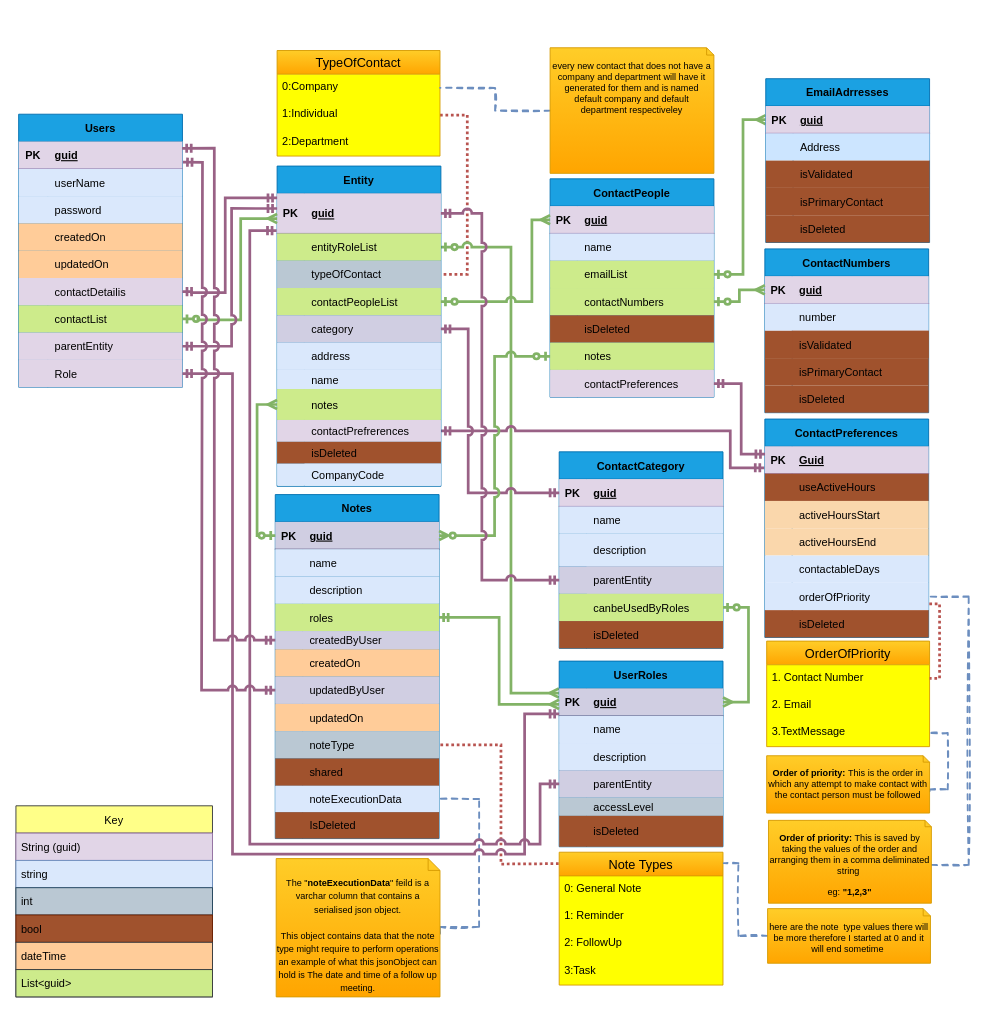
Above: page "Database Structure" (1 of 2) of Documentation/ContactKeeperDiagrams.drawio in bloodchild8906/ContactKeeper (draw.io), before the change. Source tidied: cells renumbered, new cells numbered last; positions are measured from the earlier drawing's top-left corner, leaving out a move shared by most shapes. Both pictures are drawn from the tidied source at 91%, with x=0, y=0 at pixel (15, 47).
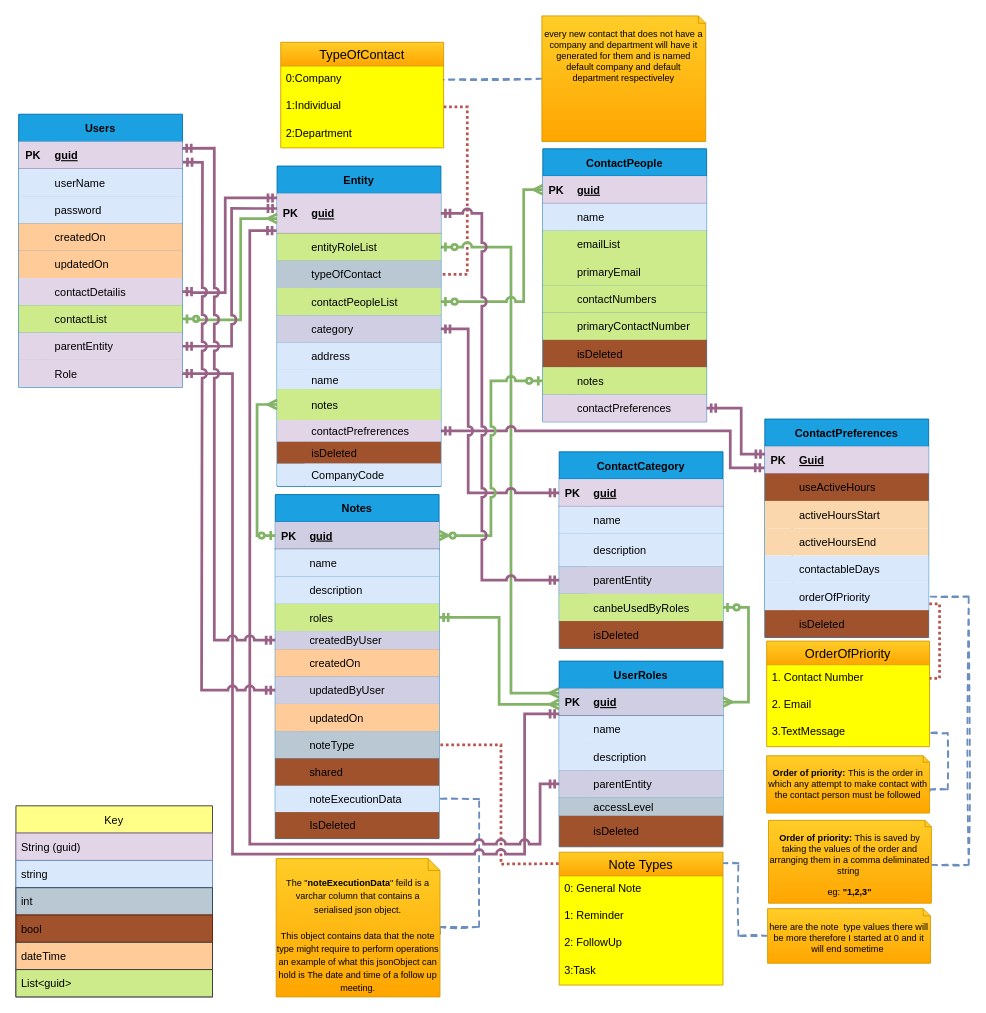
Above is the later version.

The change refers to these unchanged cells:
```xml
<mxCell id="42" style="shape=tableRow;horizontal=0;startSize=0;swimlaneHead=0;swimlaneBody=0;fillColor=#bac8d3;points=[[0,0.5],[1,0.5]];portConstraint=eastwest;top=0;left=0;right=0;bottom=0;strokeColor=#23445d;fontColor=#000000;" parent="35" vertex="1">
  <mxGeometry y="104" width="180" height="30" as="geometry" />
</mxCell>
<mxCell id="45" style="shape=tableRow;horizontal=0;startSize=0;swimlaneHead=0;swimlaneBody=0;fillColor=#cdeb8b;points=[[0,0.5],[1,0.5]];portConstraint=eastwest;top=0;left=0;right=0;bottom=0;strokeColor=#36393d;fontColor=#000000;" parent="35" vertex="1">
  <mxGeometry y="134" width="180" height="30" as="geometry" />
</mxCell>
<mxCell id="71" value="1:Individual" style="text;strokeColor=none;fillColor=none;spacingLeft=4;spacingRight=4;overflow=hidden;points=[[0,0.5],[1,0.5]];portConstraint=eastwest;fontSize=12;fontColor=#000000;" parent="69" vertex="1">
  <mxGeometry y="56" width="179" height="30" as="geometry" />
</mxCell>
<mxCell id="74" style="shape=tableRow;horizontal=0;startSize=0;swimlaneHead=0;swimlaneBody=0;fillColor=#e1d5e7;points=[[0,0.5],[1,0.5]];portConstraint=eastwest;top=0;left=0;right=0;bottom=1;strokeColor=#9673a6;fontColor=#000000;" parent="73" vertex="1">
  <mxGeometry y="30" width="180" height="30" as="geometry" />
</mxCell>
<mxCell id="80" style="shape=tableRow;horizontal=0;startSize=0;swimlaneHead=0;swimlaneBody=0;fillColor=#cdeb8b;points=[[0,0.5],[1,0.5]];portConstraint=eastwest;top=0;left=0;right=0;bottom=0;strokeColor=#36393d;fontColor=#000000;" parent="73" vertex="1">
  <mxGeometry y="90" width="180" height="30" as="geometry" />
</mxCell>
<mxCell id="181" style="shape=tableRow;horizontal=0;startSize=0;swimlaneHead=0;swimlaneBody=0;fillColor=#e1d5e7;points=[[0,0.5],[1,0.5]];portConstraint=eastwest;top=0;left=0;right=0;bottom=1;strokeColor=#9673a6;fontColor=#000000;" parent="180" vertex="1">
  <mxGeometry y="30" width="180" height="30" as="geometry" />
</mxCell>
```

What changed in the source:
```diff
@@
     <mxCell id="3" style="edgeStyle=orthogonalEdgeStyle;rounded=0;jettySize=auto;html=1;entryX=1;entryY=0.5;entryDx=0;entryDy=0;dashed=1;dashPattern=1 1;endArrow=none;endFill=0;strokeColor=#b85450;fillColor=#f8cecc;strokeWidth=3;exitX=1;exitY=0.5;exitDx=0;exitDy=0;fontColor=#000000;" parent="1" edge="1" source="71" target="42">
       <mxGeometry relative="1" as="geometry">
         <Array as="points">
-          <mxPoint x="496" y="74" />
+          <mxPoint x="496" y="65" />
           <mxPoint x="496" y="249" />
         </Array>
       </mxGeometry>
     </mxCell>
@@
     <mxCell id="69" value="TypeOfContact" style="swimlane;fontStyle=0;horizontal=1;startSize=26;align=center;fontSize=14;fillColor=#ffcd28;fontColor=#000000;strokeColor=#d79b00;swimlaneFillColor=#FFFF00;gradientColor=#ffa500;" parent="1" vertex="1">
-      <mxGeometry x="287" y="3" width="179" height="116" as="geometry" />
+      <mxGeometry x="291" y="-6" width="179" height="116" as="geometry" />
     </mxCell>
@@
     <mxCell id="73" value="ContactPeople" style="shape=table;startSize=30;childLayout=tableLayout;rowLines=1;fontStyle=1;align=center;fillColor=#1ba1e2;fontColor=#000000;strokeColor=#006EAF;swimlaneFillColor=default;" parent="1" vertex="1">
-      <mxGeometry x="587" y="144" width="180" height="240" as="geometry" />
+      <mxGeometry x="579" y="111" width="180" height="300" as="geometry" />
     </mxCell>
@@
+    <mxCell id="267" style="shape=tableRow;horizontal=0;startSize=0;swimlaneHead=0;swimlaneBody=0;fillColor=#cdeb8b;top=0;left=0;right=0;bottom=0;strokeColor=#36393d;fontColor=#000000;" parent="73" vertex="1">
+      <mxGeometry y="120" width="180" height="30" as="geometry" />
+    </mxCell>
+    <mxCell id="268" style="shape=partialRectangle;fillColor=none;top=0;left=0;bottom=0;right=0;overflow=hidden;fontColor=#000000;" parent="267" vertex="1">
+      <mxGeometry width="30" height="30" as="geometry" />
+    </mxCell>
+    <mxCell id="269" value="primaryEmail" style="shape=partialRectangle;fillColor=none;top=0;left=0;bottom=0;right=0;align=left;spacingLeft=6;overflow=hidden;fontColor=#000000;" parent="267" vertex="1">
+      <mxGeometry x="30" width="150" height="30" as="geometry" />
+    </mxCell>
     <mxCell id="83" style="shape=tableRow;horizontal=0;startSize=0;swimlaneHead=0;swimlaneBody=0;fillColor=#cdeb8b;points=[[0,0.5],[1,0.5]];portConstraint=eastwest;top=0;left=0;right=0;bottom=0;strokeColor=#36393d;fontColor=#000000;" parent="73" vertex="1">
-      <mxGeometry y="120" width="180" height="30" as="geometry" />
+      <mxGeometry y="150" width="180" height="30" as="geometry" />
     </mxCell>
@@
+    <mxCell id="270" style="shape=tableRow;horizontal=0;startSize=0;swimlaneHead=0;swimlaneBody=0;fillColor=#cdeb8b;top=0;left=0;right=0;bottom=0;strokeColor=#36393d;fontColor=#000000;" parent="73" vertex="1">
+      <mxGeometry y="180" width="180" height="30" as="geometry" />
+    </mxCell>
+    <mxCell id="271" style="shape=partialRectangle;fillColor=none;top=0;left=0;bottom=0;right=0;overflow=hidden;fontColor=#000000;" parent="270" vertex="1">
+      <mxGeometry width="30" height="30" as="geometry" />
+    </mxCell>
+    <mxCell id="272" value="primaryContactNumber" style="shape=partialRectangle;fillColor=none;top=0;left=0;bottom=0;right=0;align=left;spacingLeft=6;overflow=hidden;fontColor=#000000;" parent="270" vertex="1">
+      <mxGeometry x="30" width="150" height="30" as="geometry" />
+    </mxCell>
     <mxCell id="86" style="shape=tableRow;horizontal=0;startSize=0;swimlaneHead=0;swimlaneBody=0;fillColor=#a0522d;top=0;left=0;right=0;bottom=0;fontColor=#000000;strokeColor=#6D1F00;" parent="73" vertex="1">
-      <mxGeometry y="150" width="180" height="30" as="geometry" />
+      <mxGeometry y="210" width="180" height="30" as="geometry" />
     </mxCell>
@@
     <mxCell id="89" style="shape=tableRow;horizontal=0;startSize=0;swimlaneHead=0;swimlaneBody=0;fillColor=#cdeb8b;points=[[0,0.5],[1,0.5]];portConstraint=eastwest;top=0;left=0;right=0;bottom=0;strokeColor=#36393d;fontColor=#000000;" parent="73" vertex="1">
-      <mxGeometry y="180" width="180" height="30" as="geometry" />
+      <mxGeometry y="240" width="180" height="30" as="geometry" />
     </mxCell>
@@
     <mxCell id="92" style="shape=tableRow;horizontal=0;startSize=0;swimlaneHead=0;swimlaneBody=0;fillColor=#e1d5e7;points=[[0,0.5],[1,0.5]];portConstraint=eastwest;top=0;left=0;right=0;bottom=0;strokeColor=#9673a6;fontColor=#000000;" parent="73" vertex="1">
-      <mxGeometry y="210" width="180" height="30" as="geometry" />
+      <mxGeometry y="270" width="180" height="30" as="geometry" />
     </mxCell>
@@
     <mxCell id="116" style="edgeStyle=orthogonalEdgeStyle;rounded=0;jettySize=auto;html=1;exitX=1;exitY=0.5;exitDx=0;exitDy=0;entryX=0;entryY=0.5;entryDx=0;entryDy=0;endArrow=ERmany;endFill=0;jumpStyle=arc;startArrow=ERzeroToOne;startFill=0;strokeColor=#82b366;fillColor=#d5e8d4;gradientColor=#97d077;strokeWidth=3;fontColor=#000000;" parent="1" edge="1" source="45" target="74">
       <mxGeometry relative="1" as="geometry">
         <Array as="points">
-          <mxPoint x="567" y="279" />
-          <mxPoint x="567" y="189" />
+          <mxPoint x="558" y="279" />
+          <mxPoint x="558" y="156" />
         </Array>
       </mxGeometry>
     </mxCell>
@@
     <mxCell id="207" style="edgeStyle=orthogonalEdgeStyle;rounded=0;jumpStyle=arc;jettySize=auto;html=1;exitX=1;exitY=0.5;exitDx=0;exitDy=0;endArrow=ERmandOne;endFill=0;entryX=0.001;entryY=0.285;entryDx=0;entryDy=0;startArrow=ERmandOne;startFill=0;strokeColor=#996185;fillColor=#e6d0de;gradientColor=#d5739d;strokeWidth=3;fontColor=#000000;entryPerimeter=0;" parent="1" edge="1" source="92" target="181">
       <mxGeometry relative="1" as="geometry">
         <Array as="points">
-          <mxPoint x="797" y="369" />
+          <mxPoint x="797" y="396" />
           <mxPoint x="797" y="447" />
-          <mxPoint x="823" y="447" />
         </Array>
       </mxGeometry>
     </mxCell>
-    <mxCell id="208" style="edgeStyle=orthogonalEdgeStyle;rounded=0;jumpStyle=arc;jettySize=auto;html=1;exitX=1;exitY=0.5;exitDx=0;exitDy=0;entryX=0;entryY=0.5;entryDx=0;entryDy=0;endArrow=ERmany;endFill=0;startArrow=ERzeroToOne;startFill=0;strokeColor=#82b366;fillColor=#d5e8d4;gradientColor=#97d077;strokeWidth=3;fontColor=#000000;" parent="1" edge="1" source="80" target="226">
-      <mxGeometry relative="1" as="geometry">
-        <Array as="points">
-          <mxPoint x="799" y="249" />
-          <mxPoint x="799" y="79" />
-        </Array>
-      </mxGeometry>
-    </mxCell>
-    <mxCell id="209" value="ContactNumbers" style="shape=table;startSize=30;childLayout=tableLayout;rowLines=0;fontStyle=1;align=center;fillColor=#1ba1e2;fontColor=#000000;strokeColor=#006EAF;swimlaneFillColor=default;" parent="1" vertex="1">
-      <mxGeometry x="823" y="221" width="180" height="180" as="geometry" />
-    </mxCell>
-    <mxCell id="210" style="shape=tableRow;horizontal=0;startSize=0;swimlaneHead=0;swimlaneBody=0;fillColor=#e1d5e7;points=[[0,0.5],[1,0.5]];portConstraint=eastwest;top=0;left=0;right=0;bottom=1;strokeColor=#9673a6;fontColor=#000000;" parent="209" vertex="1">
-      <mxGeometry y="30" width="180" height="30" as="geometry" />
-    </mxCell>
-    <mxCell id="211" value="PK" style="shape=partialRectangle;fillColor=none;top=0;left=0;bottom=0;right=0;fontStyle=1;overflow=hidden;fontColor=#000000;" parent="210" vertex="1">
-      <mxGeometry width="30" height="30" as="geometry" />
-    </mxCell>
-    <mxCell id="212" value="guid" style="shape=partialRectangle;fillColor=none;top=0;left=0;bottom=0;right=0;align=left;spacingLeft=6;fontStyle=5;overflow=hidden;fontColor=#000000;" parent="210" vertex="1">
-      <mxGeometry x="30" width="150" height="30" as="geometry" />
-    </mxCell>
-    <mxCell id="213" style="shape=tableRow;horizontal=0;startSize=0;swimlaneHead=0;swimlaneBody=0;fillColor=#dae8fc;top=0;left=0;right=0;bottom=0;strokeColor=#6c8ebf;fontColor=#000000;" parent="209" vertex="1">
-      <mxGeometry y="60" width="180" height="30" as="geometry" />
-    </mxCell>
-    <mxCell id="214" style="shape=partialRectangle;fillColor=none;top=0;left=0;bottom=0;right=0;overflow=hidden;fontColor=#000000;" parent="213" vertex="1">
-      <mxGeometry width="30" height="30" as="geometry" />
-    </mxCell>
-    <mxCell id="215" value="number" style="shape=partialRectangle;fillColor=none;top=0;left=0;bottom=0;right=0;align=left;spacingLeft=6;overflow=hidden;fontColor=#000000;" parent="213" vertex="1">
-      <mxGeometry x="30" width="150" height="30" as="geometry" />
-    </mxCell>
-    <mxCell id="216" style="shape=tableRow;horizontal=0;startSize=0;swimlaneHead=0;swimlaneBody=0;fillColor=#a0522d;top=0;left=0;right=0;bottom=0;fontColor=#000000;strokeColor=#6D1F00;" parent="209" vertex="1">
-      <mxGeometry y="90" width="180" height="30" as="geometry" />
-    </mxCell>
-    <mxCell id="217" style="shape=partialRectangle;fillColor=none;top=0;left=0;bottom=0;right=0;overflow=hidden;fontColor=#000000;" parent="216" vertex="1">
-      <mxGeometry width="30" height="30" as="geometry" />
-    </mxCell>
-    <mxCell id="218" value="isValidated" style="shape=partialRectangle;fillColor=#a0522d;top=0;left=0;bottom=0;right=0;align=left;spacingLeft=6;overflow=hidden;fontColor=#000000;strokeColor=#6D1F00;" parent="216" vertex="1">
-      <mxGeometry x="30" width="150" height="30" as="geometry" />
-    </mxCell>
-    <mxCell id="219" style="shape=tableRow;horizontal=0;startSize=0;swimlaneHead=0;swimlaneBody=0;fillColor=#a0522d;top=0;left=0;right=0;bottom=0;fontColor=#000000;strokeColor=#6D1F00;" parent="209" vertex="1">
-      <mxGeometry y="120" width="180" height="30" as="geometry" />
-    </mxCell>
-    <mxCell id="220" style="shape=partialRectangle;fillColor=none;top=0;left=0;bottom=0;right=0;overflow=hidden;fontColor=#000000;" parent="219" vertex="1">
-      <mxGeometry width="30" height="30" as="geometry" />
-    </mxCell>
-    <mxCell id="221" value="isPrimaryContact" style="shape=partialRectangle;fillColor=none;top=0;left=0;bottom=0;right=0;align=left;spacingLeft=6;overflow=hidden;fontColor=#000000;" parent="219" vertex="1">
-      <mxGeometry x="30" width="150" height="30" as="geometry" />
-    </mxCell>
-    <mxCell id="222" style="shape=tableRow;horizontal=0;startSize=0;swimlaneHead=0;swimlaneBody=0;fillColor=#a0522d;top=0;left=0;right=0;bottom=0;fontColor=#000000;strokeColor=#6D1F00;" parent="209" vertex="1">
-      <mxGeometry y="150" width="180" height="30" as="geometry" />
-    </mxCell>
-    <mxCell id="223" style="shape=partialRectangle;fillColor=none;top=0;left=0;bottom=0;right=0;overflow=hidden;fontColor=#000000;" parent="222" vertex="1">
-      <mxGeometry width="30" height="30" as="geometry" />
-    </mxCell>
-    <mxCell id="224" value="isDeleted" style="shape=partialRectangle;fillColor=none;top=0;left=0;bottom=0;right=0;align=left;spacingLeft=6;overflow=hidden;fontColor=#000000;" parent="222" vertex="1">
-      <mxGeometry x="30" width="150" height="30" as="geometry" />
-    </mxCell>
-    <mxCell id="225" value="EmailAdrresses" style="shape=table;startSize=30;childLayout=tableLayout;rowLines=0;fontStyle=1;align=center;fillColor=#1ba1e2;fontColor=#000000;strokeColor=#006EAF;swimlaneFillColor=default;" parent="1" vertex="1">
-      <mxGeometry x="824" y="34" width="180" height="180" as="geometry" />
-    </mxCell>
-    <mxCell id="226" style="shape=tableRow;horizontal=0;startSize=0;swimlaneHead=0;swimlaneBody=0;fillColor=#e1d5e7;points=[[0,0.5],[1,0.5]];portConstraint=eastwest;top=0;left=0;right=0;bottom=1;strokeColor=#9673a6;fontColor=#000000;" parent="225" vertex="1">
-      <mxGeometry y="30" width="180" height="30" as="geometry" />
-    </mxCell>
-    <mxCell id="227" value="PK" style="shape=partialRectangle;fillColor=none;top=0;left=0;bottom=0;right=0;fontStyle=1;overflow=hidden;fontColor=#000000;" parent="226" vertex="1">
-      <mxGeometry width="30" height="30" as="geometry" />
-    </mxCell>
-    <mxCell id="228" value="guid" style="shape=partialRectangle;fillColor=none;top=0;left=0;bottom=0;right=0;align=left;spacingLeft=6;fontStyle=5;overflow=hidden;fontColor=#000000;" parent="226" vertex="1">
-      <mxGeometry x="30" width="150" height="30" as="geometry" />
-    </mxCell>
-    <mxCell id="229" style="shape=tableRow;horizontal=0;startSize=0;swimlaneHead=0;swimlaneBody=0;fillColor=#cce5ff;top=0;left=0;right=0;bottom=0;strokeColor=#36393d;fontColor=#000000;" parent="225" vertex="1">
-      <mxGeometry y="60" width="180" height="30" as="geometry" />
-    </mxCell>
-    <mxCell id="230" style="shape=partialRectangle;fillColor=none;top=0;left=0;bottom=0;right=0;overflow=hidden;fontColor=#000000;" parent="229" vertex="1">
-      <mxGeometry width="30" height="30" as="geometry" />
-    </mxCell>
-    <mxCell id="231" value="Address" style="shape=partialRectangle;fillColor=none;top=0;left=0;bottom=0;right=0;align=left;spacingLeft=6;overflow=hidden;fontColor=#000000;" parent="229" vertex="1">
-      <mxGeometry x="30" width="150" height="30" as="geometry" />
-    </mxCell>
-    <mxCell id="232" style="shape=tableRow;horizontal=0;startSize=0;swimlaneHead=0;swimlaneBody=0;fillColor=#a0522d;top=0;left=0;right=0;bottom=0;fontColor=#000000;strokeColor=#6D1F00;" parent="225" vertex="1">
-      <mxGeometry y="90" width="180" height="30" as="geometry" />
-    </mxCell>
-    <mxCell id="233" style="shape=partialRectangle;fillColor=none;top=0;left=0;bottom=0;right=0;overflow=hidden;fontColor=#000000;" parent="232" vertex="1">
-      <mxGeometry width="30" height="30" as="geometry" />
-    </mxCell>
-    <mxCell id="234" value="isValidated" style="shape=partialRectangle;fillColor=none;top=0;left=0;bottom=0;right=0;align=left;spacingLeft=6;overflow=hidden;fontColor=#000000;" parent="232" vertex="1">
-      <mxGeometry x="30" width="150" height="30" as="geometry" />
-    </mxCell>
-    <mxCell id="235" style="shape=tableRow;horizontal=0;startSize=0;swimlaneHead=0;swimlaneBody=0;fillColor=#a0522d;top=0;left=0;right=0;bottom=0;fontColor=#000000;strokeColor=#6D1F00;" parent="225" vertex="1">
-      <mxGeometry y="120" width="180" height="30" as="geometry" />
-    </mxCell>
-    <mxCell id="236" style="shape=partialRectangle;fillColor=none;top=0;left=0;bottom=0;right=0;overflow=hidden;fontColor=#000000;" parent="235" vertex="1">
-      <mxGeometry width="30" height="30" as="geometry" />
-    </mxCell>
-    <mxCell id="237" value="isPrimaryContact" style="shape=partialRectangle;fillColor=none;top=0;left=0;bottom=0;right=0;align=left;spacingLeft=6;overflow=hidden;fontColor=#000000;" parent="235" vertex="1">
-      <mxGeometry x="30" width="150" height="30" as="geometry" />
-    </mxCell>
-    <mxCell id="238" style="shape=tableRow;horizontal=0;startSize=0;swimlaneHead=0;swimlaneBody=0;fillColor=#a0522d;top=0;left=0;right=0;bottom=0;fontColor=#000000;strokeColor=#6D1F00;" parent="225" vertex="1">
-      <mxGeometry y="150" width="180" height="30" as="geometry" />
-    </mxCell>
-    <mxCell id="239" style="shape=partialRectangle;fillColor=none;top=0;left=0;bottom=0;right=0;overflow=hidden;fontColor=#000000;" parent="238" vertex="1">
-      <mxGeometry width="30" height="30" as="geometry" />
-    </mxCell>
-    <mxCell id="240" value="isDeleted" style="shape=partialRectangle;fillColor=none;top=0;left=0;bottom=0;right=0;align=left;spacingLeft=6;overflow=hidden;fontColor=#000000;" parent="238" vertex="1">
-      <mxGeometry x="30" width="150" height="30" as="geometry" />
-    </mxCell>
-    <mxCell id="241" style="edgeStyle=orthogonalEdgeStyle;rounded=0;jumpStyle=arc;jettySize=auto;html=1;exitX=1;exitY=0.5;exitDx=0;exitDy=0;entryX=0;entryY=0.5;entryDx=0;entryDy=0;endArrow=ERmany;endFill=0;startArrow=ERzeroToOne;startFill=0;strokeColor=#82b366;fillColor=#d5e8d4;gradientColor=#97d077;strokeWidth=3;fontColor=#000000;" parent="1" edge="1" source="83" target="210">
-      <mxGeometry relative="1" as="geometry" />
-    </mxCell>
@@
     <mxCell id="259" value="every new contact that does not have a company and department will have it generated for them and is named default company and default department respectiveley" style="shape=note2;boundedLbl=1;whiteSpace=wrap;html=1;size=8;verticalAlign=top;align=center;fillColor=#ffcd28;gradientColor=#ffa500;strokeColor=#d79b00;fontSize=10;fontColor=#000000;" parent="1" vertex="1">
-      <mxGeometry x="587" width="180" height="138" as="geometry" />
+      <mxGeometry x="578" y="-35" width="180" height="138" as="geometry" />
     </mxCell>
```
